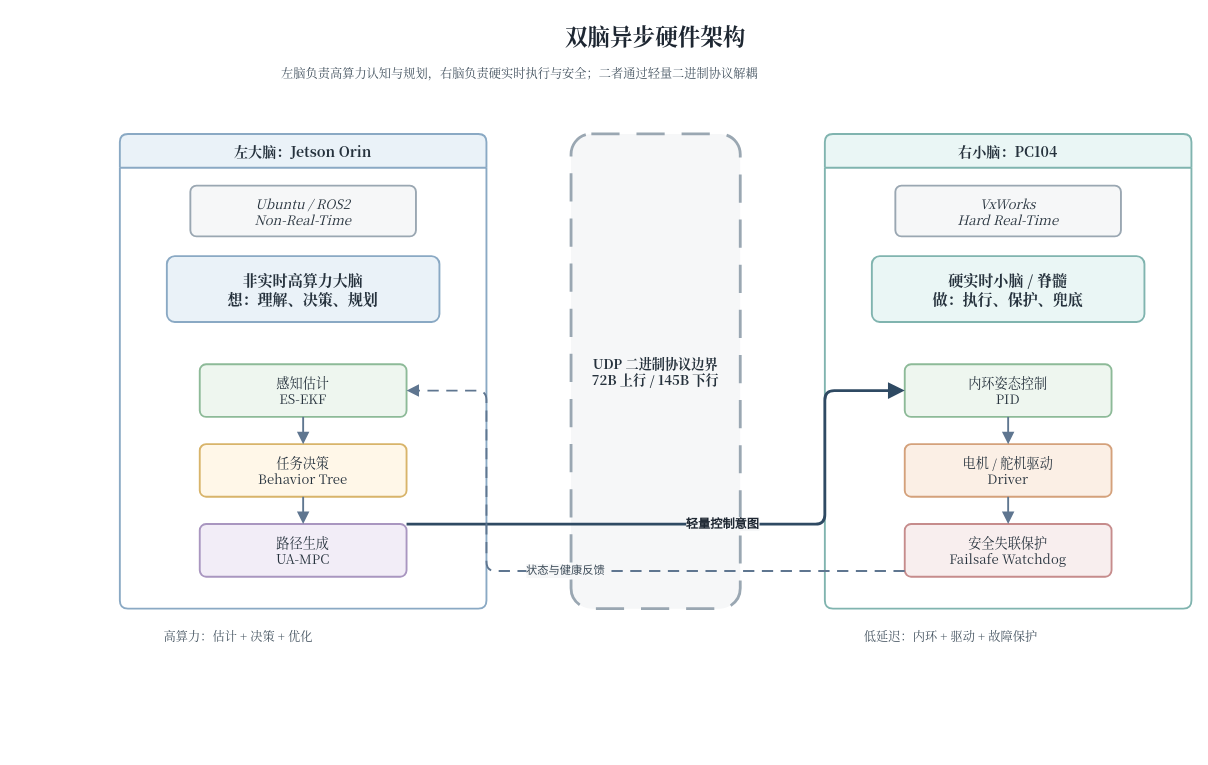
Earlier version of the draw.io diagram docs/thesis/figures/architecture/auv_v2_dual_brain_async_hardware.drawio (360ZMEM/AUV-Master-Project). Source tidied: cells renumbered, new cells numbered last; positions are measured from the earlier drawing's top-left corner, leaving out a move shared by most shapes. Both pictures are drawn from the tidied source at 94%, with x=0, y=0 at pixel (119, 16).
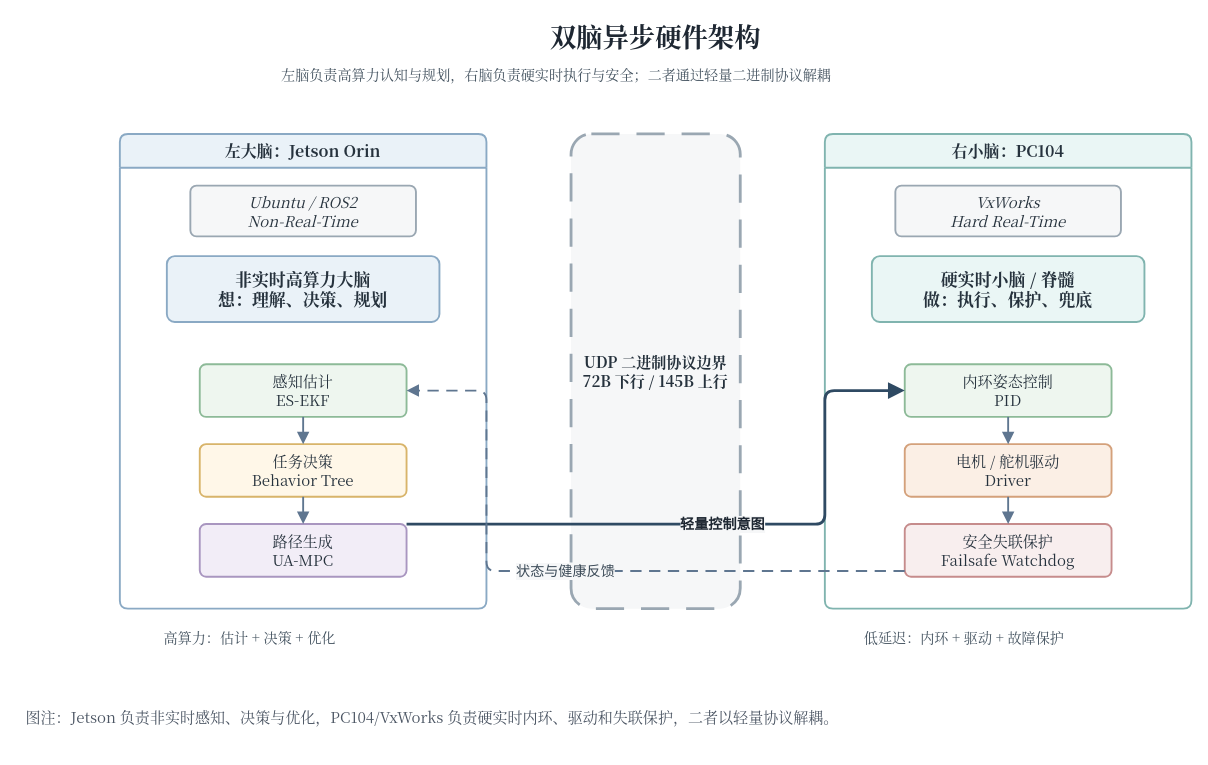
The same page after the edit.

Diff of the diagram source:
```diff
@@
-    <mxCell id="2" value="双脑异步硬件架构" style="text;html=1;strokeColor=none;fillColor=none;align=center;verticalAlign=middle;whiteSpace=wrap;rounded=0;fontFamily=Noto Serif CJK SC,Times New Roman;fontSize=24;fontStyle=1;fontColor=#1E2732;" parent="1" vertex="1">
+    <mxCell id="2" value="双脑异步硬件架构" style="text;html=1;strokeColor=none;fillColor=none;align=center;verticalAlign=middle;whiteSpace=wrap;rounded=0;fontFamily=Noto Serif CJK SC,Times New Roman;fontSize=28;fontStyle=1;fontColor=#1E2732;" parent="1" vertex="1">
       <mxGeometry x="260" width="620" height="42" as="geometry" />
     </mxCell>
-    <mxCell id="3" value="左脑负责高算力认知与规划，右脑负责硬实时执行与安全；二者通过轻量二进制协议解耦" style="text;html=1;strokeColor=none;fillColor=none;align=left;verticalAlign=top;whiteSpace=wrap;rounded=0;fontFamily=Noto Serif CJK SC,Times New Roman;fontSize=13;fontColor=#43525F;" parent="1" vertex="1">
+    <mxCell id="3" value="左脑负责高算力认知与规划，右脑负责硬实时执行与安全；二者通过轻量二进制协议解耦" style="text;html=1;strokeColor=none;fillColor=none;align=left;verticalAlign=top;whiteSpace=wrap;rounded=0;fontFamily=Noto Serif CJK SC,Times New Roman;fontSize=15;fontColor=#43525F;" parent="1" vertex="1">
       <mxGeometry x="170" y="46" width="820" height="34" as="geometry" />
     </mxCell>
-    <mxCell id="4" value="左大脑：Jetson Orin" style="swimlane;whiteSpace=wrap;html=1;startSize=36;rounded=1;arcSize=8;fillColor=#EAF2F8;strokeColor=#8AA9C4;strokeWidth=2;fontFamily=Noto Serif CJK SC,Times New Roman;fontSize=14;fontColor=#26323D;fontStyle=1;fontSize=15;" parent="1" vertex="1">
+    <mxCell id="4" value="左大脑：Jetson Orin" style="swimlane;whiteSpace=wrap;html=1;startSize=36;rounded=1;arcSize=8;fillColor=#EAF2F8;strokeColor=#8AA9C4;strokeWidth=2;fontFamily=Noto Serif CJK SC,Times New Roman;fontSize=16;fontColor=#26323D;fontStyle=1;fontSize=17;" parent="1" vertex="1">
       <mxGeometry y="125" width="390" height="505" as="geometry" />
     </mxCell>
-    <mxCell id="5" value="右小脑：PC104" style="swimlane;whiteSpace=wrap;html=1;startSize=36;rounded=1;arcSize=8;fillColor=#EAF6F5;strokeColor=#80B4AF;strokeWidth=2;fontFamily=Noto Serif CJK SC,Times New Roman;fontSize=14;fontColor=#26323D;fontStyle=1;fontSize=15;" parent="1" vertex="1">
+    <mxCell id="5" value="右小脑：PC104" style="swimlane;whiteSpace=wrap;html=1;startSize=36;rounded=1;arcSize=8;fillColor=#EAF6F5;strokeColor=#80B4AF;strokeWidth=2;fontFamily=Noto Serif CJK SC,Times New Roman;fontSize=16;fontColor=#26323D;fontStyle=1;fontSize=17;" parent="1" vertex="1">
       <mxGeometry x="750" y="125" width="390" height="505" as="geometry" />
     </mxCell>
-    <mxCell id="6" value="UDP 二进制协议边界&#10;72B 上行 / 145B 下行" style="rounded=1;whiteSpace=wrap;html=1;arcSize=12;fillColor=#F6F7F8;strokeColor=#9AA7B2;strokeWidth=2;spacing=8;shadow=0;fontFamily=Noto Serif CJK SC,Times New Roman;fontSize=14;fontColor=#26323D;dashed=1;dashPattern=10 6;strokeWidth=3;fontStyle=1;" parent="1" vertex="1">
+    <mxCell id="6" value="UDP 二进制协议边界&#10;72B 下行 / 145B 上行" style="rounded=1;whiteSpace=wrap;html=1;arcSize=12;fillColor=#F6F7F8;strokeColor=#9AA7B2;strokeWidth=2;spacing=8;shadow=0;fontFamily=Noto Serif CJK SC,Times New Roman;fontSize=16;fontColor=#26323D;dashed=1;dashPattern=10 6;strokeWidth=3;fontStyle=1;" parent="1" vertex="1">
       <mxGeometry x="480" y="125" width="180" height="505" as="geometry" />
     </mxCell>
-    <mxCell id="7" value="Ubuntu / ROS2&#10;Non-Real-Time" style="rounded=1;whiteSpace=wrap;html=1;arcSize=12;fillColor=#F6F7F8;strokeColor=#9AA7B2;strokeWidth=2;spacing=8;shadow=0;fontFamily=Noto Serif CJK SC,Times New Roman;fontSize=14;fontColor=#26323D;fontStyle=2;" parent="4" vertex="1">
+    <mxCell id="7" value="Ubuntu / ROS2&#10;Non-Real-Time" style="rounded=1;whiteSpace=wrap;html=1;arcSize=12;fillColor=#F6F7F8;strokeColor=#9AA7B2;strokeWidth=2;spacing=8;shadow=0;fontFamily=Noto Serif CJK SC,Times New Roman;fontSize=16;fontColor=#26323D;fontStyle=2;" parent="4" vertex="1">
       <mxGeometry x="75" y="55" width="240" height="54" as="geometry" />
     </mxCell>
-    <mxCell id="8" value="非实时高算力大脑&#10;想：理解、决策、规划" style="rounded=1;whiteSpace=wrap;html=1;arcSize=12;fillColor=#EAF2F8;strokeColor=#8AA9C4;strokeWidth=2;spacing=8;shadow=0;fontFamily=Noto Serif CJK SC,Times New Roman;fontSize=14;fontColor=#26323D;fontSize=16;fontStyle=1;" parent="4" vertex="1">
+    <mxCell id="8" value="非实时高算力大脑&#10;想：理解、决策、规划" style="rounded=1;whiteSpace=wrap;html=1;arcSize=12;fillColor=#EAF2F8;strokeColor=#8AA9C4;strokeWidth=2;spacing=8;shadow=0;fontFamily=Noto Serif CJK SC,Times New Roman;fontSize=16;fontColor=#26323D;fontSize=18;fontStyle=1;" parent="4" vertex="1">
       <mxGeometry x="50" y="130" width="290" height="70" as="geometry" />
     </mxCell>
-    <mxCell id="9" value="感知估计&#10;ES-EKF" style="rounded=1;whiteSpace=wrap;html=1;arcSize=12;fillColor=#EEF6EF;strokeColor=#8DBA98;strokeWidth=2;spacing=8;shadow=0;fontFamily=Noto Serif CJK SC,Times New Roman;fontSize=14;fontColor=#26323D;" parent="4" vertex="1">
+    <mxCell id="9" value="感知估计&#10;ES-EKF" style="rounded=1;whiteSpace=wrap;html=1;arcSize=12;fillColor=#EEF6EF;strokeColor=#8DBA98;strokeWidth=2;spacing=8;shadow=0;fontFamily=Noto Serif CJK SC,Times New Roman;fontSize=16;fontColor=#26323D;" parent="4" vertex="1">
       <mxGeometry x="85" y="245" width="220" height="56" as="geometry" />
     </mxCell>
-    <mxCell id="10" value="任务决策&#10;Behavior Tree" style="rounded=1;whiteSpace=wrap;html=1;arcSize=12;fillColor=#FFF7E8;strokeColor=#D8B46A;strokeWidth=2;spacing=8;shadow=0;fontFamily=Noto Serif CJK SC,Times New Roman;fontSize=14;fontColor=#26323D;" parent="4" vertex="1">
+    <mxCell id="10" value="任务决策&#10;Behavior Tree" style="rounded=1;whiteSpace=wrap;html=1;arcSize=12;fillColor=#FFF7E8;strokeColor=#D8B46A;strokeWidth=2;spacing=8;shadow=0;fontFamily=Noto Serif CJK SC,Times New Roman;fontSize=16;fontColor=#26323D;" parent="4" vertex="1">
       <mxGeometry x="85" y="330" width="220" height="56" as="geometry" />
     </mxCell>
-    <mxCell id="11" value="路径生成&#10;UA-MPC" style="rounded=1;whiteSpace=wrap;html=1;arcSize=12;fillColor=#F2EDF7;strokeColor=#A996C0;strokeWidth=2;spacing=8;shadow=0;fontFamily=Noto Serif CJK SC,Times New Roman;fontSize=14;fontColor=#26323D;" parent="4" vertex="1">
+    <mxCell id="11" value="路径生成&#10;UA-MPC" style="rounded=1;whiteSpace=wrap;html=1;arcSize=12;fillColor=#F2EDF7;strokeColor=#A996C0;strokeWidth=2;spacing=8;shadow=0;fontFamily=Noto Serif CJK SC,Times New Roman;fontSize=16;fontColor=#26323D;" parent="4" vertex="1">
       <mxGeometry x="85" y="415" width="220" height="56" as="geometry" />
     </mxCell>
-    <mxCell id="12" value="VxWorks&#10;Hard Real-Time" style="rounded=1;whiteSpace=wrap;html=1;arcSize=12;fillColor=#F6F7F8;strokeColor=#9AA7B2;strokeWidth=2;spacing=8;shadow=0;fontFamily=Noto Serif CJK SC,Times New Roman;fontSize=14;fontColor=#26323D;fontStyle=2;" parent="5" vertex="1">
+    <mxCell id="12" value="VxWorks&#10;Hard Real-Time" style="rounded=1;whiteSpace=wrap;html=1;arcSize=12;fillColor=#F6F7F8;strokeColor=#9AA7B2;strokeWidth=2;spacing=8;shadow=0;fontFamily=Noto Serif CJK SC,Times New Roman;fontSize=16;fontColor=#26323D;fontStyle=2;" parent="5" vertex="1">
       <mxGeometry x="75" y="55" width="240" height="54" as="geometry" />
     </mxCell>
-    <mxCell id="13" value="硬实时小脑 / 脊髓&#10;做：执行、保护、兜底" style="rounded=1;whiteSpace=wrap;html=1;arcSize=12;fillColor=#EAF6F5;strokeColor=#80B4AF;strokeWidth=2;spacing=8;shadow=0;fontFamily=Noto Serif CJK SC,Times New Roman;fontSize=14;fontColor=#26323D;fontSize=16;fontStyle=1;" parent="5" vertex="1">
+    <mxCell id="13" value="硬实时小脑 / 脊髓&#10;做：执行、保护、兜底" style="rounded=1;whiteSpace=wrap;html=1;arcSize=12;fillColor=#EAF6F5;strokeColor=#80B4AF;strokeWidth=2;spacing=8;shadow=0;fontFamily=Noto Serif CJK SC,Times New Roman;fontSize=16;fontColor=#26323D;fontSize=18;fontStyle=1;" parent="5" vertex="1">
       <mxGeometry x="50" y="130" width="290" height="70" as="geometry" />
     </mxCell>
-    <mxCell id="14" value="内环姿态控制&#10;PID" style="rounded=1;whiteSpace=wrap;html=1;arcSize=12;fillColor=#EEF6EF;strokeColor=#8DBA98;strokeWidth=2;spacing=8;shadow=0;fontFamily=Noto Serif CJK SC,Times New Roman;fontSize=14;fontColor=#26323D;" parent="5" vertex="1">
+    <mxCell id="14" value="内环姿态控制&#10;PID" style="rounded=1;whiteSpace=wrap;html=1;arcSize=12;fillColor=#EEF6EF;strokeColor=#8DBA98;strokeWidth=2;spacing=8;shadow=0;fontFamily=Noto Serif CJK SC,Times New Roman;fontSize=16;fontColor=#26323D;" parent="5" vertex="1">
       <mxGeometry x="85" y="245" width="220" height="56" as="geometry" />
     </mxCell>
-    <mxCell id="15" value="电机 / 舵机驱动&#10;Driver" style="rounded=1;whiteSpace=wrap;html=1;arcSize=12;fillColor=#FBEFE5;strokeColor=#D4A17B;strokeWidth=2;spacing=8;shadow=0;fontFamily=Noto Serif CJK SC,Times New Roman;fontSize=14;fontColor=#26323D;" parent="5" vertex="1">
+    <mxCell id="15" value="电机 / 舵机驱动&#10;Driver" style="rounded=1;whiteSpace=wrap;html=1;arcSize=12;fillColor=#FBEFE5;strokeColor=#D4A17B;strokeWidth=2;spacing=8;shadow=0;fontFamily=Noto Serif CJK SC,Times New Roman;fontSize=16;fontColor=#26323D;" parent="5" vertex="1">
       <mxGeometry x="85" y="330" width="220" height="56" as="geometry" />
     </mxCell>
-    <mxCell id="16" value="安全失联保护&#10;Failsafe Watchdog" style="rounded=1;whiteSpace=wrap;html=1;arcSize=12;fillColor=#F8EEEE;strokeColor=#C68C8C;strokeWidth=2;spacing=8;shadow=0;fontFamily=Noto Serif CJK SC,Times New Roman;fontSize=14;fontColor=#26323D;" parent="5" vertex="1">
+    <mxCell id="16" value="安全失联保护&#10;Failsafe Watchdog" style="rounded=1;whiteSpace=wrap;html=1;arcSize=12;fillColor=#F8EEEE;strokeColor=#C68C8C;strokeWidth=2;spacing=8;shadow=0;fontFamily=Noto Serif CJK SC,Times New Roman;fontSize=16;fontColor=#26323D;" parent="5" vertex="1">
       <mxGeometry x="85" y="415" width="220" height="56" as="geometry" />
     </mxCell>
-    <mxCell id="17" value="高算力：估计 + 决策 + 优化" style="text;html=1;strokeColor=none;fillColor=none;align=left;verticalAlign=top;whiteSpace=wrap;rounded=0;fontFamily=Noto Serif CJK SC,Times New Roman;fontSize=13;fontColor=#43525F;" parent="1" vertex="1">
+    <mxCell id="17" value="高算力：估计 + 决策 + 优化" style="text;html=1;strokeColor=none;fillColor=none;align=left;verticalAlign=top;whiteSpace=wrap;rounded=0;fontFamily=Noto Serif CJK SC,Times New Roman;fontSize=15;fontColor=#43525F;" parent="1" vertex="1">
       <mxGeometry x="45" y="645" width="310" height="34" as="geometry" />
     </mxCell>
-    <mxCell id="18" value="低延迟：内环 + 驱动 + 故障保护" style="text;html=1;strokeColor=none;fillColor=none;align=left;verticalAlign=top;whiteSpace=wrap;rounded=0;fontFamily=Noto Serif CJK SC,Times New Roman;fontSize=13;fontColor=#43525F;" parent="1" vertex="1">
+    <mxCell id="18" value="低延迟：内环 + 驱动 + 故障保护" style="text;html=1;strokeColor=none;fillColor=none;align=left;verticalAlign=top;whiteSpace=wrap;rounded=0;fontFamily=Noto Serif CJK SC,Times New Roman;fontSize=15;fontColor=#43525F;" parent="1" vertex="1">
       <mxGeometry x="790" y="645" width="340" height="34" as="geometry" />
     </mxCell>
-    <mxCell id="19" style="edgeStyle=orthogonalEdgeStyle;rounded=1;jettySize=auto;html=1;strokeColor=#5F7690;fontColor=#3B4A57;fontSize=12;strokeWidth=2;labelBackgroundColor=#F6F7F8;labelBorderColor=none;endArrow=block;endFill=1;endSize=8;exitX=0.5;exitY=1;entryX=0.5;entryY=0;" parent="1" edge="1" source="9" target="10">
+    <mxCell id="19" style="edgeStyle=orthogonalEdgeStyle;rounded=1;jettySize=auto;html=1;strokeColor=#5F7690;fontColor=#3B4A57;fontSize=15;strokeWidth=2;labelBackgroundColor=#F6F7F8;labelBorderColor=none;endArrow=block;endFill=1;endSize=8;exitX=0.5;exitY=1;entryX=0.5;entryY=0;" parent="1" edge="1" source="9" target="10">
       <mxGeometry relative="1" as="geometry" />
     </mxCell>
-    <mxCell id="20" style="edgeStyle=orthogonalEdgeStyle;rounded=1;jettySize=auto;html=1;strokeColor=#5F7690;fontColor=#3B4A57;fontSize=12;strokeWidth=2;labelBackgroundColor=#F6F7F8;labelBorderColor=none;endArrow=block;endFill=1;endSize=8;exitX=0.5;exitY=1;entryX=0.5;entryY=0;" parent="1" edge="1" source="10" target="11">
+    <mxCell id="20" style="edgeStyle=orthogonalEdgeStyle;rounded=1;jettySize=auto;html=1;strokeColor=#5F7690;fontColor=#3B4A57;fontSize=15;strokeWidth=2;labelBackgroundColor=#F6F7F8;labelBorderColor=none;endArrow=block;endFill=1;endSize=8;exitX=0.5;exitY=1;entryX=0.5;entryY=0;" parent="1" edge="1" source="10" target="11">
       <mxGeometry relative="1" as="geometry" />
     </mxCell>
-    <mxCell id="21" style="edgeStyle=orthogonalEdgeStyle;rounded=1;jettySize=auto;html=1;strokeColor=#5F7690;fontColor=#3B4A57;fontSize=12;strokeWidth=2;labelBackgroundColor=#F6F7F8;labelBorderColor=none;endArrow=block;endFill=1;endSize=8;exitX=0.5;exitY=1;entryX=0.5;entryY=0;" parent="1" edge="1" source="14" target="15">
+    <mxCell id="21" style="edgeStyle=orthogonalEdgeStyle;rounded=1;jettySize=auto;html=1;strokeColor=#5F7690;fontColor=#3B4A57;fontSize=15;strokeWidth=2;labelBackgroundColor=#F6F7F8;labelBorderColor=none;endArrow=block;endFill=1;endSize=8;exitX=0.5;exitY=1;entryX=0.5;entryY=0;" parent="1" edge="1" source="14" target="15">
       <mxGeometry relative="1" as="geometry" />
     </mxCell>
-    <mxCell id="22" style="edgeStyle=orthogonalEdgeStyle;rounded=1;jettySize=auto;html=1;strokeColor=#5F7690;fontColor=#3B4A57;fontSize=12;strokeWidth=2;labelBackgroundColor=#F6F7F8;labelBorderColor=none;endArrow=block;endFill=1;endSize=8;exitX=0.5;exitY=1;entryX=0.5;entryY=0;" parent="1" edge="1" source="15" target="16">
+    <mxCell id="22" style="edgeStyle=orthogonalEdgeStyle;rounded=1;jettySize=auto;html=1;strokeColor=#5F7690;fontColor=#3B4A57;fontSize=15;strokeWidth=2;labelBackgroundColor=#F6F7F8;labelBorderColor=none;endArrow=block;endFill=1;endSize=8;exitX=0.5;exitY=1;entryX=0.5;entryY=0;" parent="1" edge="1" source="15" target="16">
       <mxGeometry relative="1" as="geometry" />
     </mxCell>
-    <mxCell id="23" value="轻量控制意图" style="edgeStyle=orthogonalEdgeStyle;rounded=1;jettySize=auto;html=1;strokeColor=#2F4A63;fontColor=#1E2732;fontSize=13;fontStyle=1;strokeWidth=3;labelBackgroundColor=#F6F7F8;labelBorderColor=none;endArrow=block;endFill=1;endSize=10;exitX=1;entryX=0;" parent="1" edge="1" source="11" target="14">
+    <mxCell id="23" value="轻量控制意图" style="edgeStyle=orthogonalEdgeStyle;rounded=1;jettySize=auto;html=1;strokeColor=#2F4A63;fontColor=#1E2732;fontSize=15;fontStyle=1;strokeWidth=3;labelBackgroundColor=#F6F7F8;labelBorderColor=none;endArrow=block;endFill=1;endSize=10;exitX=1;entryX=0;" parent="1" edge="1" source="11" target="14">
       <mxGeometry relative="1" as="geometry">
         <Array as="points">
           <mxPoint x="480" y="540" />
           <mxPoint x="660" y="540" />
           <mxPoint x="750" y="398" />
         </Array>
       </mxGeometry>
     </mxCell>
-    <mxCell id="24" value="状态与健康反馈" style="edgeStyle=orthogonalEdgeStyle;rounded=1;jettySize=auto;html=1;strokeColor=#5F7690;fontColor=#3B4A57;fontSize=12;strokeWidth=2;labelBackgroundColor=#F6F7F8;labelBorderColor=none;endArrow=block;endFill=1;endSize=8;dashed=1;dashPattern=6 4;exitX=0;entryX=1;" parent="1" edge="1" source="16" target="9">
+    <mxCell id="24" value="状态与健康反馈" style="edgeStyle=orthogonalEdgeStyle;rounded=1;jettySize=auto;html=1;strokeColor=#5F7690;fontColor=#3B4A57;fontSize=15;strokeWidth=2;labelBackgroundColor=#F6F7F8;labelBorderColor=none;endArrow=block;endFill=1;endSize=8;dashed=1;dashPattern=6 4;exitX=0;entryX=1;" parent="1" edge="1" source="16" target="9">
       <mxGeometry relative="1" as="geometry">
         <Array as="points">
           <mxPoint x="660" y="590" />
           <mxPoint x="480" y="590" />
           <mxPoint x="390" y="253" />
         </Array>
       </mxGeometry>
     </mxCell>
+    <mxCell id="25" value="图注：Jetson 负责非实时感知、决策与优化，PC104/VxWorks 负责硬实时内环、驱动和失联保护，二者以轻量协议解耦。" style="text;html=1;align=left;verticalAlign=middle;whiteSpace=wrap;fontFamily=Noto Serif CJK SC;fontSize=16;fontColor=#4B5563;spacingLeft=8;spacingRight=8;" parent="1" vertex="1">
+      <mxGeometry x="-110" y="710" width="1230" height="70" as="geometry" />
+    </mxCell>
```
